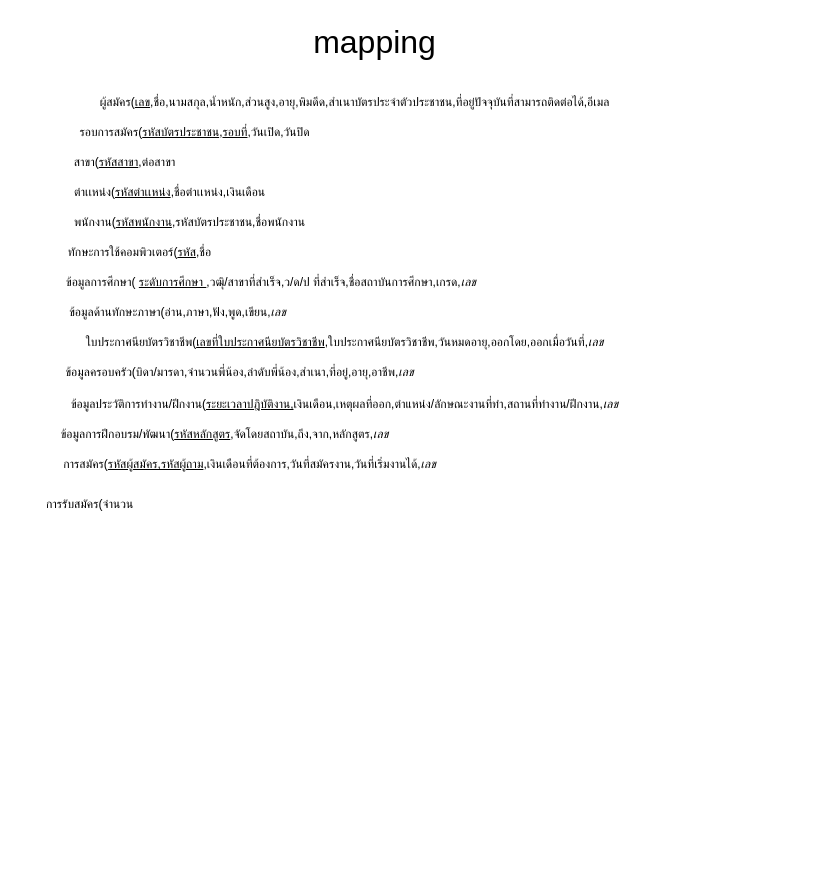
This is page "Page-4" (4 of 5) of YZ.drawio from Exises/RandomSalt, a draw.io file, before an edit. Source tidied: cells renumbered, new cells numbered last; positions are measured from the earlier drawing's top-left corner, leaving out a move shared by most shapes. Both pictures are drawn from the tidied source at 100%, with x=0, y=0 at pixel (19, 17).
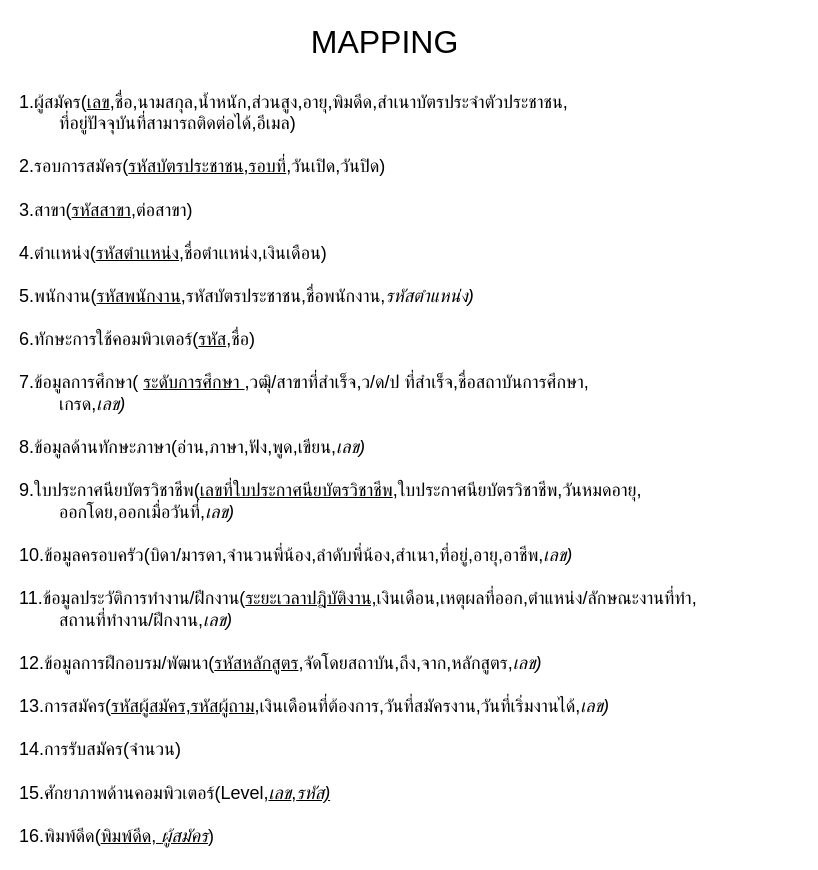
The same diagram, later.

Diff of the diagram source:
```diff
@@
 <mxGraphModel>
   <root>
     <mxCell id="0" />
     <mxCell id="1" parent="0" />
-    <mxCell id="2" value="mapping" style="text;html=1;align=center;verticalAlign=middle;strokeColor=none;fillColor=none;fontSize=32;" parent="1" vertex="1">
-      <mxGeometry x="280" width="150" height="50" as="geometry" />
+    <mxCell id="2" value="MAPPING" style="text;html=1;align=center;verticalAlign=middle;strokeColor=none;fillColor=none;fontSize=32;" parent="1" vertex="1">
+      <mxGeometry x="280" width="170" height="50" as="geometry" />
     </mxCell>
-    <mxCell id="3" value="ผู้สมัคร(&lt;u&gt;เลข&lt;/u&gt;,ชื่อ,นามสกุล,น้ำหนัก,ส่วนสูง,อายุ,พิมดีด,สำเนาบัตรประจำตัวประชาชน,ที่อยู่ปัจจุบันที่สามารถติดต่อได้,อีเมล" style="text;html=1;align=center;verticalAlign=middle;strokeColor=none;fillColor=none;" parent="1" vertex="1">
-      <mxGeometry x="35" y="70" width="600" height="30" as="geometry" />
-    </mxCell>
-    <mxCell id="4" value="รอบการสมัคร(&lt;u&gt;รหัสบัตรประชาชน&lt;/u&gt;,&lt;u&gt;รอบที่&lt;/u&gt;,วันเปิด,วันปิด" style="text;html=1;align=center;verticalAlign=middle;strokeColor=none;fillColor=none;" parent="1" vertex="1">
-      <mxGeometry x="35" y="100" width="280" height="30" as="geometry" />
-    </mxCell>
-    <mxCell id="5" value="สาขา(&lt;u&gt;รหัสสาขา&lt;/u&gt;,ต่อสาขา" style="text;html=1;align=center;verticalAlign=middle;strokeColor=none;fillColor=none;" parent="1" vertex="1">
-      <mxGeometry x="35" y="130" width="140" height="30" as="geometry" />
-    </mxCell>
-    <mxCell id="6" value="ตำเเหน่ง(&lt;u&gt;รหัสตำเเหน่ง&lt;/u&gt;,ชื่อตำเเหน่ง,เงินเดือน" style="text;html=1;align=center;verticalAlign=middle;strokeColor=none;fillColor=none;" parent="1" vertex="1">
-      <mxGeometry x="30" y="160" width="240" height="30" as="geometry" />
-    </mxCell>
-    <mxCell id="7" value="พนักงาน(&lt;u&gt;รหัสพนักงาน&lt;/u&gt;,รหัสบัตรประชาชน,ชื่อพนักงาน" style="text;html=1;align=center;verticalAlign=middle;strokeColor=none;fillColor=none;" parent="1" vertex="1">
-      <mxGeometry x="30" y="190" width="280" height="30" as="geometry" />
-    </mxCell>
-    <mxCell id="8" value="ทักษะการใช้คอมพิวเตอร์(&lt;u&gt;รหัส&lt;/u&gt;,ชื่อ" style="text;align=center;verticalAlign=middle;strokeColor=none;fillColor=none;textShadow=0;labelBorderColor=none;labelBackgroundColor=none;fontColor=default;html=1;" parent="1" vertex="1">
-      <mxGeometry x="25" y="220" width="190" height="30" as="geometry" />
-    </mxCell>
-    <mxCell id="9" value="ข้อมูลการศึกษา( &lt;u&gt;ระดับการศึกษา &lt;/u&gt;,วฒุิ/สาขาที่สำเร็จ,ว/ด/ป ที่สำเร็จ,ชื่อสถาบันการศึกษา,เกรด,&lt;i&gt;เลข&lt;/i&gt;" style="text;align=left;verticalAlign=middle;strokeColor=none;fillColor=none;fontStyle=0;html=1;" parent="1" vertex="1">
-      <mxGeometry x="45" y="250" width="490" height="30" as="geometry" />
-    </mxCell>
-    <mxCell id="10" value="ข้อมูลด้านทักษะภาษา(อ่าน,ภาษา,ฟัง,พูด,เขียน,&lt;i&gt;เลข&lt;/i&gt;" style="text;align=center;verticalAlign=middle;strokeColor=none;fillColor=none;html=1;" parent="1" vertex="1">
-      <mxGeometry x="23" y="280" width="270" height="30" as="geometry" />
-    </mxCell>
-    <mxCell id="11" value="ใบประกาศนียบัตรวิชาชีพ(&lt;u&gt;เลขที่ใบประกาศนียบัตรวิชาชีพ&lt;/u&gt;,ใบประกาศนียบัตรวิชาชีพ,วันหมดอายุ,ออกโดย,ออกเมื่อวันที่,&lt;i&gt;เลข&lt;/i&gt;" style="text;align=center;verticalAlign=middle;strokeColor=none;fillColor=none;html=1;" parent="1" vertex="1">
-      <mxGeometry x="20" y="310" width="610" height="30" as="geometry" />
-    </mxCell>
-    <mxCell id="12" value="ข้อมูลครอบครัว(บิดา/มารดา,จำนวนพี่น้อง,ลำดับพี่น้อง,สำเนา,ที่อยู่,อายุ,อาชีพ,&lt;i&gt;เลข&lt;/i&gt;" style="text;align=center;verticalAlign=middle;strokeColor=none;fillColor=none;html=1;" parent="1" vertex="1">
-      <mxGeometry x="10" y="340" width="420" height="30" as="geometry" />
-    </mxCell>
-    <mxCell id="13" value="ข้อมูลประวัติการทำงาน/ฝึกงาน(&lt;u&gt;ระยะเวลาปฎิบัติงาน,&lt;/u&gt;เงินเดือน,เหตุผลที่ออก,ตำแหน่ง/ลักษณะงานที่ทำ,สถานที่ทำงาน/ฝึกงาน,&lt;i&gt;เลข&lt;/i&gt;" style="text;align=center;verticalAlign=middle;strokeColor=none;fillColor=none;html=1;" parent="1" vertex="1">
-      <mxGeometry y="372" width="650" height="30" as="geometry" />
-    </mxCell>
-    <mxCell id="14" value="ข้อมูลการฝึกอบรม/พัฒนา(&lt;u&gt;รหัสหลักสูตร&lt;/u&gt;,จัดโดยสถาบัน,ถึง,จาก,หลักสูตร,&lt;i&gt;เลข&lt;/i&gt;" style="text;align=center;verticalAlign=middle;strokeColor=none;fillColor=none;html=1;" parent="1" vertex="1">
-      <mxGeometry x="10" y="402" width="390" height="30" as="geometry" />
-    </mxCell>
-    <mxCell id="15" value="การสมัคร(&lt;u&gt;รหัสผู้สมัคร,รหัสผู้ถาม&lt;/u&gt;,เงินเดือนที่ต้องการ,วันที่สมัครงาน,วันที่เริ่มงานได้,&lt;i&gt;เลข&lt;/i&gt;" style="text;align=center;verticalAlign=middle;strokeColor=none;fillColor=none;fontColor=default;html=1;" parent="1" vertex="1">
-      <mxGeometry x="10" y="432" width="440" height="30" as="geometry" />
-    </mxCell>
-    <mxCell id="16" value="การรับสมัคร(จำนวน" style="text;align=center;verticalAlign=middle;strokeColor=none;fillColor=none;html=1;" parent="1" vertex="1">
-      <mxGeometry x="10" y="472" width="120" height="30" as="geometry" />
-    </mxCell>
+    <mxCell id="17" value="&lt;div style=&quot;&quot;&gt;&lt;font style=&quot;font-size: 18px;&quot;&gt;&lt;span style=&quot;background-color: transparent; color: light-dark(rgb(0, 0, 0), rgb(255, 255, 255));&quot;&gt;1.ผู้สมัคร(&lt;/span&gt;&lt;u style=&quot;background-color: transparent; color: light-dark(rgb(0, 0, 0), rgb(255, 255, 255));&quot;&gt;เลข&lt;/u&gt;&lt;span style=&quot;background-color: transparent; color: light-dark(rgb(0, 0, 0), rgb(255, 255, 255));&quot;&gt;,ชื่อ,นามสกุล,น้ำหนัก,ส่วนสูง,อายุ,พิมดีด,&lt;/span&gt;&lt;/font&gt;&lt;span style=&quot;background-color: transparent; color: light-dark(rgb(0, 0, 0), rgb(255, 255, 255)); font-size: 18px;&quot;&gt;สำเนาบัตรประจำตัวประชาชน,&lt;/span&gt;&lt;/div&gt;&lt;div style=&quot;&quot;&gt;&lt;span style=&quot;background-color: transparent; color: light-dark(rgb(0, 0, 0), rgb(255, 255, 255)); font-size: 18px;&quot;&gt;&lt;span style=&quot;white-space: pre;&quot;&gt;&#9;&lt;/span&gt;ที่อยู่ปัจจุบันที่สามารถติดต่อได้,อีเมล)&lt;/span&gt;&lt;/div&gt;&lt;div style=&quot;&quot;&gt;&lt;font style=&quot;font-size: 18px;&quot;&gt;&lt;span style=&quot;background-color: transparent; color: light-dark(rgb(0, 0, 0), rgb(255, 255, 255));&quot;&gt;&lt;br&gt;&lt;/span&gt;&lt;/font&gt;&lt;/div&gt;&lt;div style=&quot;&quot;&gt;&lt;font style=&quot;font-size: 18px;&quot;&gt;&lt;span style=&quot;&quot;&gt;2.รอบการสมัคร(&lt;/span&gt;&lt;u style=&quot;&quot;&gt;รหัสบัตรประชาชน&lt;/u&gt;&lt;span style=&quot;&quot;&gt;,&lt;/span&gt;&lt;u style=&quot;&quot;&gt;รอบที่&lt;/u&gt;&lt;span style=&quot;&quot;&gt;,วันเปิด,วันปิด)&lt;/span&gt;&lt;/font&gt;&lt;/div&gt;&lt;div style=&quot;&quot;&gt;&lt;font style=&quot;font-size: 18px;&quot;&gt;&lt;span style=&quot;&quot;&gt;&lt;br&gt;&lt;/span&gt;&lt;/font&gt;&lt;/div&gt;&lt;div style=&quot;&quot;&gt;&lt;font style=&quot;font-size: 18px;&quot;&gt;&lt;span style=&quot;&quot;&gt;3.สาขา(&lt;/span&gt;&lt;u style=&quot;&quot;&gt;รหัสสาขา&lt;/u&gt;&lt;span style=&quot;&quot;&gt;,ต่อสาขา)&lt;/span&gt;&lt;span style=&quot;&quot;&gt;&lt;/span&gt;&lt;/font&gt;&lt;/div&gt;&lt;div style=&quot;&quot;&gt;&lt;font style=&quot;font-size: 18px;&quot;&gt;&lt;span style=&quot;&quot;&gt;&lt;br&gt;&lt;/span&gt;&lt;/font&gt;&lt;/div&gt;&lt;div style=&quot;&quot;&gt;&lt;font style=&quot;font-size: 18px;&quot;&gt;&lt;span style=&quot;&quot;&gt;4.ตำเเหน่ง(&lt;/span&gt;&lt;u style=&quot;&quot;&gt;รหัสตำเเหน่ง&lt;/u&gt;&lt;span style=&quot;&quot;&gt;,ชื่อตำเเหน่ง,เงินเดือน)&lt;/span&gt;&lt;span style=&quot;&quot;&gt;&lt;/span&gt;&lt;/font&gt;&lt;/div&gt;&lt;div style=&quot;&quot;&gt;&lt;font style=&quot;font-size: 18px;&quot;&gt;&lt;span style=&quot;&quot;&gt;&lt;br&gt;&lt;/span&gt;&lt;/font&gt;&lt;/div&gt;&lt;div style=&quot;&quot;&gt;&lt;font style=&quot;font-size: 18px;&quot;&gt;5.พนักงาน(&lt;u&gt;รหัสพนักงาน&lt;/u&gt;,รหัสบัตรประชาชน,ชื่อพนักงาน,&lt;span style=&quot;text-wrap-mode: wrap;&quot;&gt;&lt;i&gt;รหัสตำแหน่ง)&lt;/i&gt;&lt;/span&gt;&lt;span style=&quot;&quot;&gt;&lt;/span&gt;&lt;/font&gt;&lt;/div&gt;&lt;div style=&quot;&quot;&gt;&lt;font style=&quot;font-size: 18px;&quot;&gt;&lt;span style=&quot;text-wrap-mode: wrap;&quot;&gt;&lt;i&gt;&lt;br&gt;&lt;/i&gt;&lt;/span&gt;&lt;/font&gt;&lt;/div&gt;&lt;div style=&quot;&quot;&gt;&lt;font style=&quot;font-size: 18px;&quot;&gt;&lt;span style=&quot;&quot;&gt;6.ทักษะการใช้คอมพิวเตอร์(&lt;/span&gt;&lt;u style=&quot;&quot;&gt;รหัส&lt;/u&gt;&lt;span style=&quot;&quot;&gt;,ชื่อ)&lt;/span&gt;&lt;span style=&quot;text-wrap-mode: wrap;&quot;&gt;&lt;i&gt;&lt;/i&gt;&lt;/span&gt;&lt;/font&gt;&lt;/div&gt;&lt;div style=&quot;&quot;&gt;&lt;font style=&quot;font-size: 18px;&quot;&gt;&lt;span style=&quot;&quot;&gt;&lt;br&gt;&lt;/span&gt;&lt;/font&gt;&lt;/div&gt;&lt;div style=&quot;&quot;&gt;&lt;font style=&quot;font-size: 18px;&quot;&gt;7.ข้อมูลการศึกษา(&amp;nbsp;&lt;u&gt;ระดับการศึกษา&amp;nbsp;&lt;/u&gt;,วฒุิ/สาขาที่สำเร็จ,ว/ด/ป ที่สำเร็จ,&lt;/font&gt;&lt;span style=&quot;font-size: 18px; background-color: transparent; color: light-dark(rgb(0, 0, 0), rgb(255, 255, 255));&quot;&gt;ชื่อสถาบันการศึกษา,&lt;/span&gt;&lt;/div&gt;&lt;div style=&quot;&quot;&gt;&lt;span style=&quot;font-size: 18px; background-color: transparent; color: light-dark(rgb(0, 0, 0), rgb(255, 255, 255));&quot;&gt;&lt;span style=&quot;white-space: pre;&quot;&gt;&#9;&lt;/span&gt;เกรด,&lt;/span&gt;&lt;i style=&quot;font-size: 18px; background-color: transparent; color: light-dark(rgb(0, 0, 0), rgb(255, 255, 255));&quot;&gt;เลข)&lt;/i&gt;&lt;/div&gt;&lt;div style=&quot;&quot;&gt;&lt;font style=&quot;font-size: 18px;&quot;&gt;&lt;i&gt;&lt;br&gt;&lt;/i&gt;&lt;/font&gt;&lt;/div&gt;&lt;div style=&quot;&quot;&gt;&lt;font style=&quot;font-size: 18px;&quot;&gt;&lt;span style=&quot;&quot;&gt;8.ข้อมูลด้านทักษะภาษา(อ่าน,ภาษา,ฟัง,พูด,เขียน,&lt;/span&gt;&lt;i style=&quot;&quot;&gt;เลข)&lt;/i&gt;&lt;i&gt;&lt;/i&gt;&lt;/font&gt;&lt;/div&gt;&lt;div style=&quot;&quot;&gt;&lt;font style=&quot;font-size: 18px;&quot;&gt;&lt;i style=&quot;&quot;&gt;&lt;br&gt;&lt;/i&gt;&lt;/font&gt;&lt;/div&gt;&lt;div style=&quot;&quot;&gt;&lt;font style=&quot;font-size: 18px;&quot;&gt;&lt;span style=&quot;&quot;&gt;9.ใบประกาศนียบัตรวิชาชีพ(&lt;/span&gt;&lt;u style=&quot;&quot;&gt;เลขที่ใบประกาศนียบัตรวิชาชีพ&lt;/u&gt;&lt;span style=&quot;&quot;&gt;,&lt;/span&gt;&lt;/font&gt;&lt;span style=&quot;font-size: 18px; background-color: transparent; color: light-dark(rgb(0, 0, 0), rgb(255, 255, 255));&quot;&gt;ใบประกาศนียบัตรวิชาชีพ,วันหมดอายุ,&lt;/span&gt;&lt;/div&gt;&lt;div style=&quot;&quot;&gt;&lt;span style=&quot;font-size: 18px; background-color: transparent; color: light-dark(rgb(0, 0, 0), rgb(255, 255, 255));&quot;&gt;&lt;span style=&quot;white-space: pre;&quot;&gt;&#9;&lt;/span&gt;ออกโดย,ออกเมื่อวันที่,&lt;/span&gt;&lt;i style=&quot;font-size: 18px; background-color: transparent; color: light-dark(rgb(0, 0, 0), rgb(255, 255, 255));&quot;&gt;เลข)&lt;/i&gt;&lt;/div&gt;&lt;div style=&quot;&quot;&gt;&lt;font style=&quot;font-size: 18px;&quot;&gt;&lt;i style=&quot;&quot;&gt;&lt;br&gt;&lt;/i&gt;&lt;/font&gt;&lt;/div&gt;&lt;div style=&quot;&quot;&gt;&lt;font style=&quot;font-size: 18px;&quot;&gt;&lt;span style=&quot;&quot;&gt;10.ข้อมูลครอบครัว(บิดา/มารดา,จำนวนพี่น้อง,ลำดับพี่น้อง,สำเนา,&lt;/span&gt;&lt;/font&gt;&lt;span style=&quot;font-size: 18px; background-color: transparent; color: light-dark(rgb(0, 0, 0), rgb(255, 255, 255));&quot;&gt;ที่อยู่,อายุ,อาชีพ,&lt;/span&gt;&lt;i style=&quot;font-size: 18px; background-color: transparent; color: light-dark(rgb(0, 0, 0), rgb(255, 255, 255));&quot;&gt;เลข)&lt;/i&gt;&lt;/div&gt;&lt;div style=&quot;&quot;&gt;&lt;font style=&quot;font-size: 18px;&quot;&gt;&lt;i style=&quot;&quot;&gt;&lt;br&gt;&lt;/i&gt;&lt;/font&gt;&lt;/div&gt;&lt;div style=&quot;&quot;&gt;&lt;font style=&quot;font-size: 18px;&quot;&gt;&lt;span style=&quot;&quot;&gt;11.ข้อมูลประวัติการทำงาน/ฝึกงาน(&lt;/span&gt;&lt;u style=&quot;&quot;&gt;ระยะเวลาปฎิบัติงาน,&lt;/u&gt;&lt;span style=&quot;&quot;&gt;เงินเดือน,&lt;/span&gt;&lt;/font&gt;&lt;span style=&quot;font-size: 18px; background-color: transparent; color: light-dark(rgb(0, 0, 0), rgb(255, 255, 255));&quot;&gt;เหตุผลที่ออก,ตำแหน่ง/ลักษณะงานที่ทำ,&lt;/span&gt;&lt;/div&gt;&lt;div style=&quot;&quot;&gt;&lt;span style=&quot;font-size: 18px; background-color: transparent; color: light-dark(rgb(0, 0, 0), rgb(255, 255, 255));&quot;&gt;&lt;span style=&quot;white-space: pre;&quot;&gt;&#9;&lt;/span&gt;สถานที่ทำงาน/ฝึกงาน,&lt;/span&gt;&lt;i style=&quot;font-size: 18px; background-color: transparent; color: light-dark(rgb(0, 0, 0), rgb(255, 255, 255));&quot;&gt;เลข)&lt;/i&gt;&lt;/div&gt;&lt;div style=&quot;&quot;&gt;&lt;font style=&quot;font-size: 18px;&quot;&gt;&lt;i style=&quot;&quot;&gt;&lt;br&gt;&lt;/i&gt;&lt;/font&gt;&lt;/div&gt;&lt;div style=&quot;&quot;&gt;&lt;font style=&quot;font-size: 18px;&quot;&gt;&lt;span style=&quot;&quot;&gt;12.ข้อมูลการฝึกอบรม/พัฒนา(&lt;/span&gt;&lt;u style=&quot;&quot;&gt;รหัสหลักสูตร&lt;/u&gt;&lt;span style=&quot;&quot;&gt;,จัดโดยสถาบัน,ถึง,จาก,หลักสูตร,&lt;/span&gt;&lt;i style=&quot;&quot;&gt;เลข)&lt;/i&gt;&lt;/font&gt;&lt;/div&gt;&lt;div style=&quot;&quot;&gt;&lt;font style=&quot;font-size: 18px;&quot;&gt;&lt;i style=&quot;&quot;&gt;&lt;br&gt;&lt;/i&gt;&lt;/font&gt;&lt;/div&gt;&lt;div style=&quot;&quot;&gt;&lt;font style=&quot;font-size: 18px;&quot;&gt;&lt;span style=&quot;&quot;&gt;13.การสมัคร(&lt;/span&gt;&lt;u style=&quot;&quot;&gt;รหัสผู้สมัคร,รหัสผู้ถาม&lt;/u&gt;&lt;span style=&quot;&quot;&gt;,เงินเดือนที่ต้องการ,&lt;/span&gt;&lt;/font&gt;&lt;span style=&quot;font-size: 18px; background-color: transparent; color: light-dark(rgb(0, 0, 0), rgb(255, 255, 255));&quot;&gt;วันที่สมัครงาน,วันที่เริ่มงานได้,&lt;/span&gt;&lt;i style=&quot;font-size: 18px; background-color: transparent; color: light-dark(rgb(0, 0, 0), rgb(255, 255, 255));&quot;&gt;เลข)&lt;/i&gt;&lt;/div&gt;&lt;div style=&quot;&quot;&gt;&lt;font style=&quot;font-size: 18px;&quot;&gt;&lt;i style=&quot;&quot;&gt;&lt;br&gt;&lt;/i&gt;&lt;/font&gt;&lt;/div&gt;&lt;div style=&quot;&quot;&gt;&lt;font style=&quot;font-size: 18px;&quot;&gt;&lt;span style=&quot;&quot;&gt;14.การรับสมัคร(จำนวน)&lt;/span&gt;&lt;i style=&quot;&quot;&gt;&lt;/i&gt;&lt;/font&gt;&lt;/div&gt;&lt;div style=&quot;&quot;&gt;&lt;font style=&quot;font-size: 18px;&quot;&gt;&lt;span style=&quot;&quot;&gt;&lt;br&gt;&lt;/span&gt;&lt;/font&gt;&lt;/div&gt;&lt;div style=&quot;&quot;&gt;&lt;font style=&quot;font-size: 18px;&quot;&gt;&lt;span style=&quot;text-wrap-mode: wrap;&quot;&gt;15.ศักยาภาพด้านคอมพิวเตอร์(&lt;/span&gt;&lt;span style=&quot;text-wrap-mode: wrap;&quot;&gt;Level&lt;/span&gt;&lt;span style=&quot;text-wrap-mode: wrap;&quot;&gt;,&lt;u&gt;&lt;i&gt;เลข&lt;/i&gt;,&lt;i&gt;รหัส)&lt;/i&gt;&lt;/u&gt;&lt;/span&gt;&lt;span style=&quot;&quot;&gt;&lt;/span&gt;&lt;/font&gt;&lt;/div&gt;&lt;div style=&quot;&quot;&gt;&lt;font style=&quot;font-size: 18px;&quot;&gt;&lt;span style=&quot;text-wrap-mode: wrap;&quot;&gt;&lt;u&gt;&lt;i&gt;&lt;br&gt;&lt;/i&gt;&lt;/u&gt;&lt;/span&gt;&lt;/font&gt;&lt;/div&gt;&lt;div style=&quot;&quot;&gt;&lt;font style=&quot;font-size: 18px;&quot;&gt;16.พิมพ์ดีด(&lt;u style=&quot;&quot;&gt;พิมพ์ดีด,&amp;nbsp;&lt;i&gt;ผู้สมัคร&lt;/i&gt;&lt;/u&gt;)&lt;/font&gt;&lt;span style=&quot;text-wrap-mode: wrap;&quot;&gt;&lt;u&gt;&lt;i&gt;&lt;/i&gt;&lt;/u&gt;&lt;/span&gt;&lt;/div&gt;" style="text;html=1;align=left;verticalAlign=middle;strokeColor=none;fillColor=none;spacing=2;" parent="1" vertex="1">
+      <mxGeometry x="-2" y="68" width="784" height="768" as="geometry" />
+    </mxCell>
   </root>
 </mxGraphModel>
```
